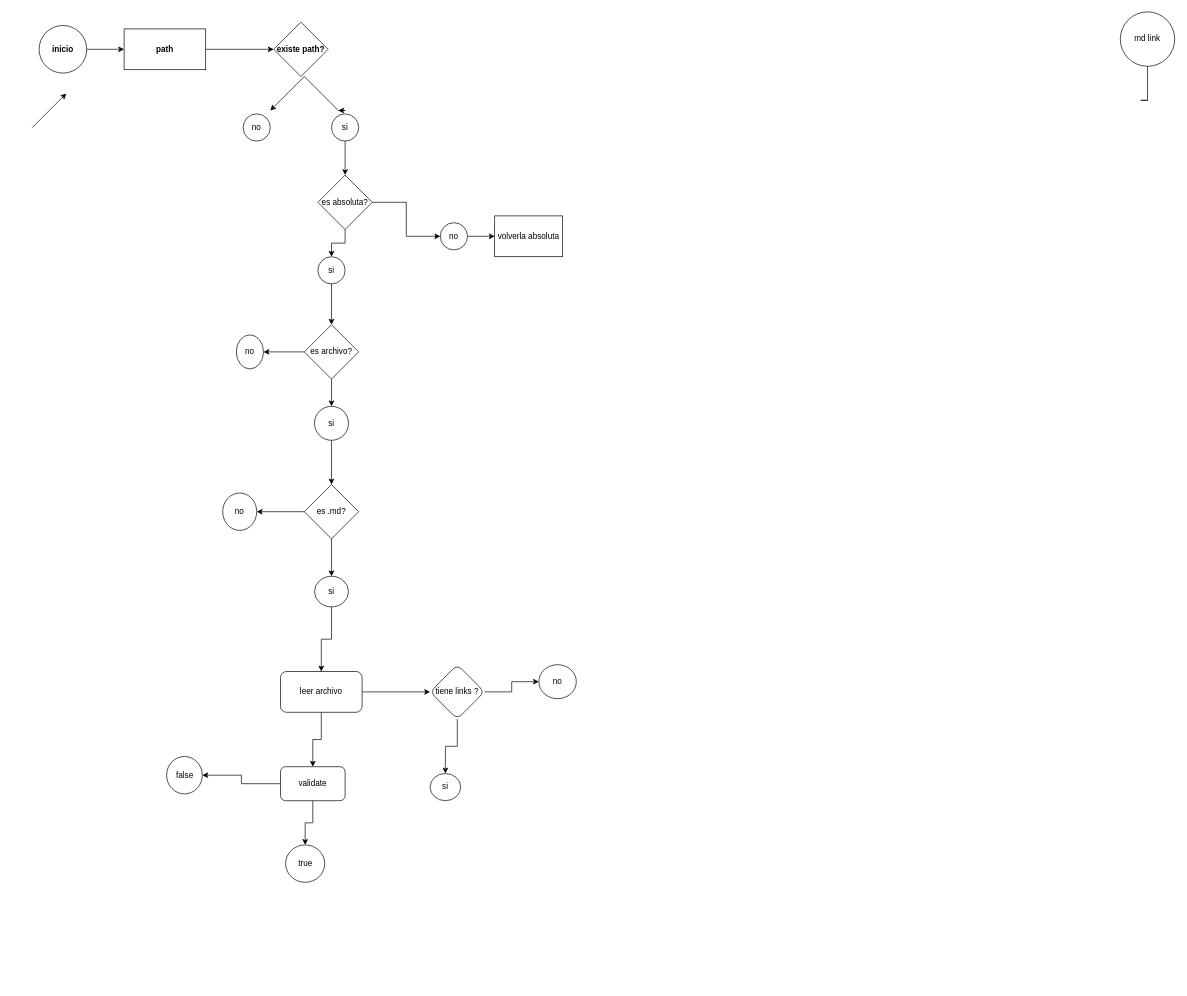
Above: Diagrama sin título.drawio in MarjorieAlonso/DEV001-md-links (draw.io), before the change. Source tidied: cells renumbered, new cells numbered last; positions are measured from the earlier drawing's top-left corner, leaving out a move shared by most shapes. Both pictures are drawn from the tidied source at 68%, with x=0, y=0 at pixel (32, 12).
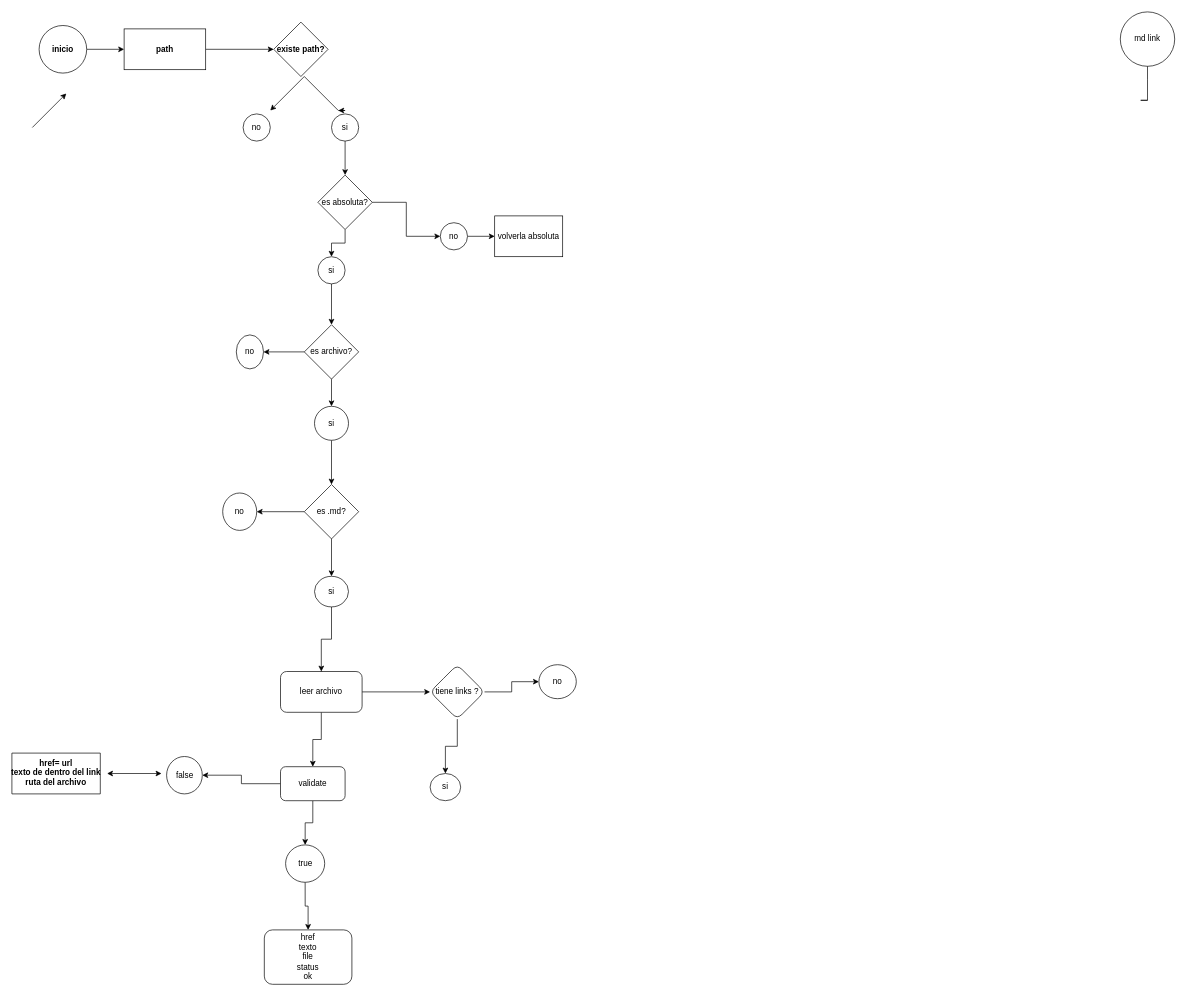
Above is the later version.

The change refers to these unchanged cells:
```xml
<mxCell id="48" value="true" style="ellipse;whiteSpace=wrap;html=1;rounded=1;" parent="1" vertex="1">
  <mxGeometry x="372.5" y="1225" width="57.5" height="55" as="geometry" />
</mxCell>
```

Diff of the diagram source:
```diff
@@
+    <mxCell id="49" style="edgeStyle=orthogonalEdgeStyle;rounded=0;jettySize=auto;html=1;" parent="1" edge="1" source="48" target="52">
+      <mxGeometry relative="1" as="geometry" />
+    </mxCell>
@@
+    <mxCell id="50" style="endArrow=classic;startArrow=classic;html=1;rounded=0;" parent="1" edge="1">
+      <mxGeometry relative="1" as="geometry">
+        <mxPoint x="110" y="1120" as="sourcePoint" />
+        <mxPoint x="190" y="1120" as="targetPoint" />
+      </mxGeometry>
+    </mxCell>
+    <mxCell id="51" value="&#10;&#10;&#10;&#10;href= url&#10;texto de dentro del link&#10;ruta del archivo" style="swimlane;startSize=0;" parent="1" vertex="1">
+      <mxGeometry x="-30" y="1090" width="130" height="60" as="geometry" />
+    </mxCell>
+    <mxCell id="52" value="href&lt;br&gt;texto&lt;br&gt;file&lt;br&gt;status&lt;br&gt;ok&lt;br&gt;" style="rounded=1;whiteSpace=wrap;html=1;" parent="1" vertex="1">
+      <mxGeometry x="341.2" y="1350" width="128.8" height="80" as="geometry" />
+    </mxCell>
```
